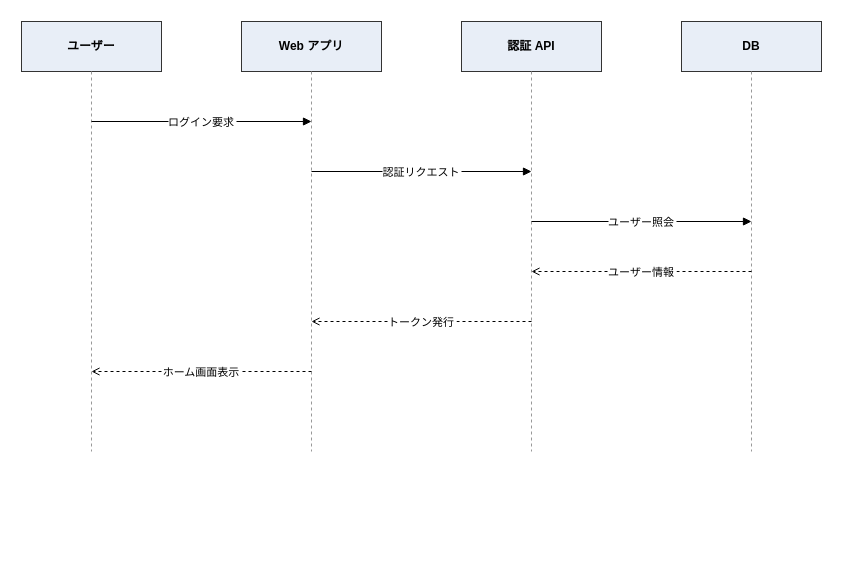
The draw.io diagram plugins/basic-design/samples/login-sequence.drawio in Amatsuka-kobo/amatsuka-claude-plugins, before the edit. Source tidied: cells renumbered, new cells numbered last; positions are measured from the earlier drawing's top-left corner, leaving out a move shared by most shapes. Both pictures are drawn from the tidied source at 100%, with x=0, y=0 at pixel (21, 21).
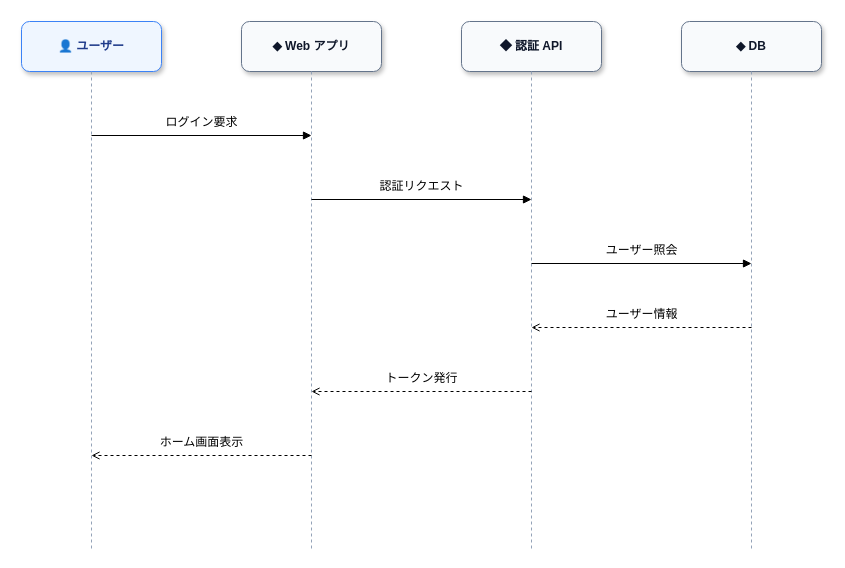
The same page after the edit.

Change to the diagram source:
```diff
@@
-    <mxCell id="2" value="ユーザー" style="rounded=0;whiteSpace=wrap;fillColor=#e8eef7;strokeColor=#333333;fontStyle=1;" parent="1" vertex="1">
+    <mxCell id="2" value="👤 ユーザー" style="rounded=1;arcSize=16;whiteSpace=wrap;html=1;shadow=1;fillColor=#EFF6FF;strokeColor=#3B82F6;fontColor=#1E3A8A;fontStyle=1;" parent="1" vertex="1">
       <mxGeometry width="140" height="50" as="geometry" />
     </mxCell>
-    <mxCell id="3" value="Web アプリ" style="rounded=0;whiteSpace=wrap;fillColor=#e8eef7;strokeColor=#333333;fontStyle=1;" parent="1" vertex="1">
+    <mxCell id="3" value="◆ Web アプリ" style="rounded=1;arcSize=16;whiteSpace=wrap;html=1;shadow=1;fillColor=#F8FAFC;strokeColor=#64748B;fontColor=#0F172A;fontStyle=1;" parent="1" vertex="1">
       <mxGeometry x="220" width="140" height="50" as="geometry" />
     </mxCell>
-    <mxCell id="4" value="認証 API" style="rounded=0;whiteSpace=wrap;fillColor=#e8eef7;strokeColor=#333333;fontStyle=1;" parent="1" vertex="1">
+    <mxCell id="4" value="◆ 認証 API" style="rounded=1;arcSize=16;whiteSpace=wrap;html=1;shadow=1;fillColor=#F8FAFC;strokeColor=#64748B;fontColor=#0F172A;fontStyle=1;" parent="1" vertex="1">
       <mxGeometry x="440" width="140" height="50" as="geometry" />
     </mxCell>
-    <mxCell id="5" value="DB" style="rounded=0;whiteSpace=wrap;fillColor=#e8eef7;strokeColor=#333333;fontStyle=1;" parent="1" vertex="1">
+    <mxCell id="5" value="◆ DB" style="rounded=1;arcSize=16;whiteSpace=wrap;html=1;shadow=1;fillColor=#F8FAFC;strokeColor=#64748B;fontColor=#0F172A;fontStyle=1;" parent="1" vertex="1">
       <mxGeometry x="660" width="140" height="50" as="geometry" />
     </mxCell>
-    <mxCell id="6" style="endArrow=none;dashed=1;strokeColor=#999999;" parent="1" edge="1">
+    <mxCell id="6" style="endArrow=none;dashed=1;strokeColor=#94A3B8;" parent="1" edge="1">
       <mxGeometry relative="1" as="geometry">
         <mxPoint x="70" y="50" as="sourcePoint" />
-        <mxPoint x="70" y="430" as="targetPoint" />
+        <mxPoint x="70" y="528" as="targetPoint" />
       </mxGeometry>
     </mxCell>
-    <mxCell id="7" style="endArrow=none;dashed=1;strokeColor=#999999;" parent="1" edge="1">
+    <mxCell id="7" style="endArrow=none;dashed=1;strokeColor=#94A3B8;" parent="1" edge="1">
       <mxGeometry relative="1" as="geometry">
         <mxPoint x="290" y="50" as="sourcePoint" />
-        <mxPoint x="290" y="430" as="targetPoint" />
+        <mxPoint x="290" y="528" as="targetPoint" />
       </mxGeometry>
     </mxCell>
-    <mxCell id="8" style="endArrow=none;dashed=1;strokeColor=#999999;" parent="1" edge="1">
+    <mxCell id="8" style="endArrow=none;dashed=1;strokeColor=#94A3B8;" parent="1" edge="1">
       <mxGeometry relative="1" as="geometry">
         <mxPoint x="510" y="50" as="sourcePoint" />
-        <mxPoint x="510" y="430" as="targetPoint" />
+        <mxPoint x="510" y="528" as="targetPoint" />
       </mxGeometry>
     </mxCell>
-    <mxCell id="9" style="endArrow=none;dashed=1;strokeColor=#999999;" parent="1" edge="1">
+    <mxCell id="9" style="endArrow=none;dashed=1;strokeColor=#94A3B8;" parent="1" edge="1">
       <mxGeometry relative="1" as="geometry">
         <mxPoint x="730" y="50" as="sourcePoint" />
-        <mxPoint x="730" y="430" as="targetPoint" />
+        <mxPoint x="730" y="528" as="targetPoint" />
       </mxGeometry>
     </mxCell>
-    <mxCell id="10" value="ログイン要求" style="rounded=0;endArrow=block;endFill=1;" parent="1" edge="1">
+    <mxCell id="10" style="rounded=0;endArrow=block;endFill=1;" parent="1" edge="1">
       <mxGeometry relative="1" as="geometry">
-        <mxPoint x="70" y="100" as="sourcePoint" />
-        <mxPoint x="290" y="100" as="targetPoint" />
+        <mxPoint x="70" y="114" as="sourcePoint" />
+        <mxPoint x="290" y="114" as="targetPoint" />
       </mxGeometry>
     </mxCell>
+    <mxCell id="16" value="ログイン要求" style="text;html=1;strokeColor=none;fillColor=#FFFFFF;align=center;verticalAlign=middle;spacing=0;" parent="1" vertex="1">
+      <mxGeometry x="151" y="92" width="58" height="18" as="geometry" />
+    </mxCell>
-    <mxCell id="11" value="認証リクエスト" style="rounded=0;endArrow=block;endFill=1;" parent="1" edge="1">
+    <mxCell id="11" style="rounded=0;endArrow=block;endFill=1;" parent="1" edge="1">
       <mxGeometry relative="1" as="geometry">
-        <mxPoint x="290" y="150" as="sourcePoint" />
-        <mxPoint x="510" y="150" as="targetPoint" />
+        <mxPoint x="290" y="178" as="sourcePoint" />
+        <mxPoint x="510" y="178" as="targetPoint" />
       </mxGeometry>
     </mxCell>
+    <mxCell id="17" value="認証リクエスト" style="text;html=1;strokeColor=none;fillColor=#FFFFFF;align=center;verticalAlign=middle;spacing=0;" parent="1" vertex="1">
+      <mxGeometry x="367.5" y="156" width="65" height="18" as="geometry" />
+    </mxCell>
-    <mxCell id="12" value="ユーザー照会" style="rounded=0;endArrow=block;endFill=1;" parent="1" edge="1">
+    <mxCell id="12" style="rounded=0;endArrow=block;endFill=1;" parent="1" edge="1">
       <mxGeometry relative="1" as="geometry">
-        <mxPoint x="510" y="200" as="sourcePoint" />
-        <mxPoint x="730" y="200" as="targetPoint" />
+        <mxPoint x="510" y="242" as="sourcePoint" />
+        <mxPoint x="730" y="242" as="targetPoint" />
       </mxGeometry>
     </mxCell>
+    <mxCell id="18" value="ユーザー照会" style="text;html=1;strokeColor=none;fillColor=#FFFFFF;align=center;verticalAlign=middle;spacing=0;" parent="1" vertex="1">
+      <mxGeometry x="591" y="220" width="58" height="18" as="geometry" />
+    </mxCell>
-    <mxCell id="13" value="ユーザー情報" style="rounded=0;dashed=1;endArrow=open;endFill=0;" parent="1" edge="1">
+    <mxCell id="13" style="rounded=0;dashed=1;endArrow=open;endFill=0;" parent="1" edge="1">
       <mxGeometry relative="1" as="geometry">
-        <mxPoint x="730" y="250" as="sourcePoint" />
-        <mxPoint x="510" y="250" as="targetPoint" />
+        <mxPoint x="730" y="306" as="sourcePoint" />
+        <mxPoint x="510" y="306" as="targetPoint" />
       </mxGeometry>
     </mxCell>
+    <mxCell id="19" value="ユーザー情報" style="text;html=1;strokeColor=none;fillColor=#FFFFFF;align=center;verticalAlign=middle;spacing=0;" parent="1" vertex="1">
+      <mxGeometry x="591" y="284" width="58" height="18" as="geometry" />
+    </mxCell>
-    <mxCell id="14" value="トークン発行" style="rounded=0;dashed=1;endArrow=open;endFill=0;" parent="1" edge="1">
+    <mxCell id="14" style="rounded=0;dashed=1;endArrow=open;endFill=0;" parent="1" edge="1">
       <mxGeometry relative="1" as="geometry">
-        <mxPoint x="510" y="300" as="sourcePoint" />
-        <mxPoint x="290" y="300" as="targetPoint" />
+        <mxPoint x="510" y="370" as="sourcePoint" />
+        <mxPoint x="290" y="370" as="targetPoint" />
       </mxGeometry>
     </mxCell>
+    <mxCell id="20" value="トークン発行" style="text;html=1;strokeColor=none;fillColor=#FFFFFF;align=center;verticalAlign=middle;spacing=0;" parent="1" vertex="1">
+      <mxGeometry x="371" y="348" width="58" height="18" as="geometry" />
+    </mxCell>
-    <mxCell id="15" value="ホーム画面表示" style="rounded=0;dashed=1;endArrow=open;endFill=0;" parent="1" edge="1">
+    <mxCell id="15" style="rounded=0;dashed=1;endArrow=open;endFill=0;" parent="1" edge="1">
       <mxGeometry relative="1" as="geometry">
-        <mxPoint x="290" y="350" as="sourcePoint" />
-        <mxPoint x="70" y="350" as="targetPoint" />
+        <mxPoint x="290" y="434" as="sourcePoint" />
+        <mxPoint x="70" y="434" as="targetPoint" />
       </mxGeometry>
     </mxCell>
+    <mxCell id="21" value="ホーム画面表示" style="text;html=1;strokeColor=none;fillColor=#FFFFFF;align=center;verticalAlign=middle;spacing=0;" parent="1" vertex="1">
+      <mxGeometry x="147.5" y="412" width="65" height="18" as="geometry" />
+    </mxCell>
```
